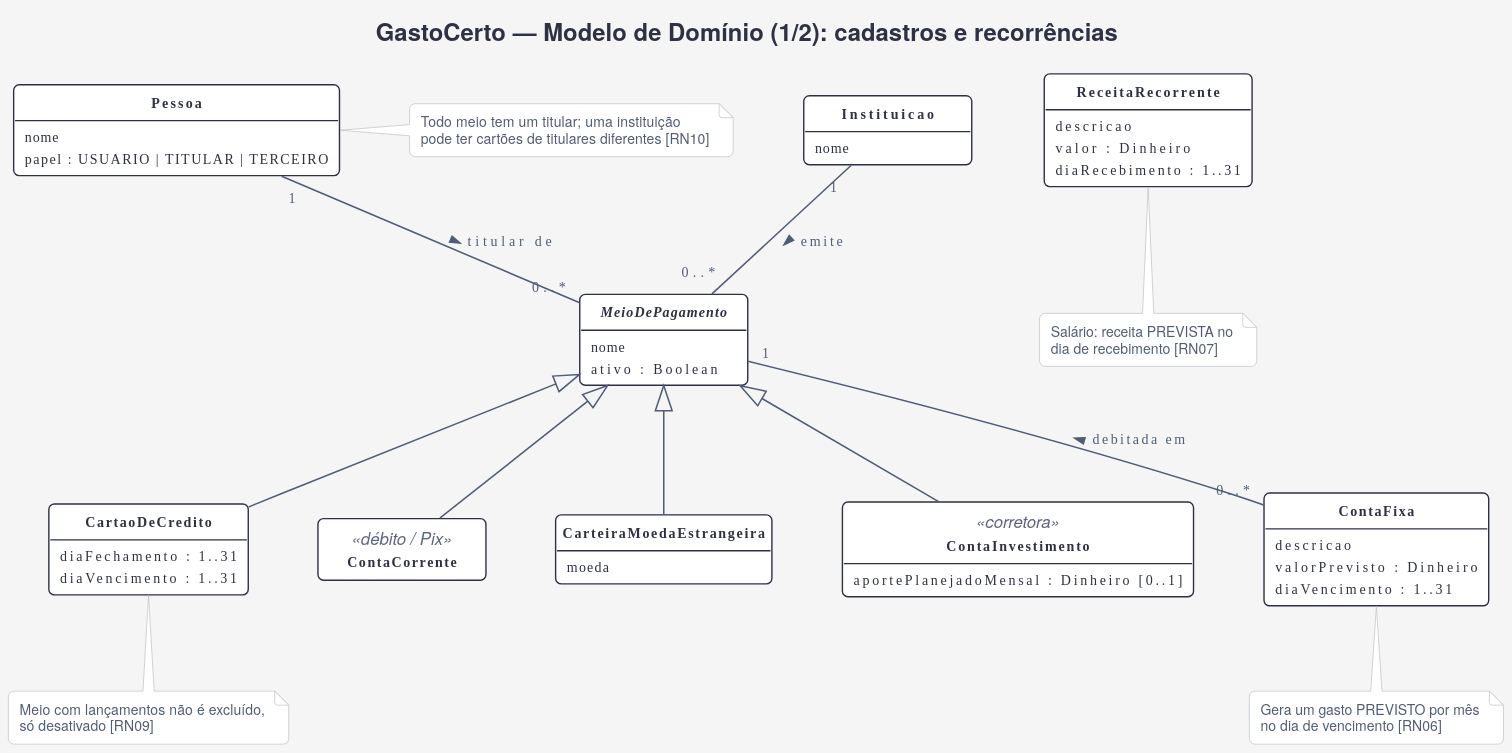
Earlier version of the PlantUML export docs/uml/modelo-dominio-1-cadastros.svg (gabrielfbarbosa/gasto-certo).
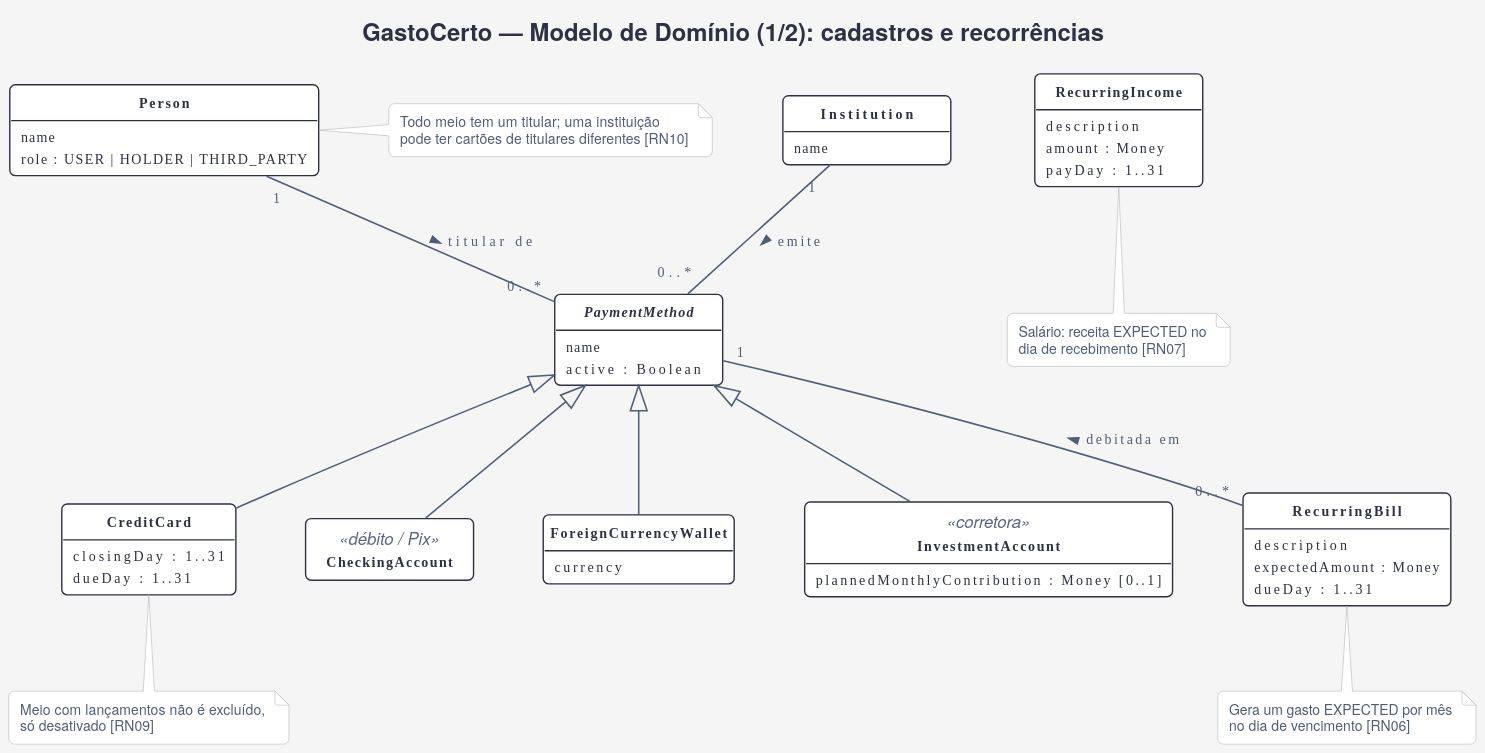
The same file after the commit.

The edit, as a diff of the source:
```diff
@@ -8,60 +8,60 @@
 hide <<ref>> stereotype
 hide <<foco>> stereotype
 
-class Pessoa {
-  nome
-  papel : USUARIO | TITULAR | TERCEIRO
+class Person {
+  name
+  role : USER | HOLDER | THIRD_PARTY
 }
-class Instituicao {
-  nome
+class Institution {
+  name
 }
-abstract class MeioDePagamento {
-  nome
-  ativo : Boolean
+abstract class PaymentMethod {
+  name
+  active : Boolean
 }
-class CartaoDeCredito {
-  diaFechamento : 1..31
-  diaVencimento : 1..31
+class CreditCard {
+  closingDay : 1..31
+  dueDay : 1..31
 }
-class ContaCorrente <<débito / Pix>>
-class CarteiraMoedaEstrangeira {
-  moeda
+class CheckingAccount <<débito / Pix>>
+class ForeignCurrencyWallet {
+  currency
 }
-class ContaInvestimento <<corretora>> {
-  aportePlanejadoMensal : Dinheiro [0..1]
+class InvestmentAccount <<corretora>> {
+  plannedMonthlyContribution : Money [0..1]
 }
-class ContaFixa {
-  descricao
-  valorPrevisto : Dinheiro
-  diaVencimento : 1..31
+class RecurringBill {
+  description
+  expectedAmount : Money
+  dueDay : 1..31
 }
-class ReceitaRecorrente {
-  descricao
-  valor : Dinheiro
-  diaRecebimento : 1..31
+class RecurringIncome {
+  description
+  amount : Money
+  payDay : 1..31
 }
 
-Instituicao "1" -- "0..*" MeioDePagamento : emite >
-Pessoa "1" -- "0..*" MeioDePagamento : titular de >
-MeioDePagamento <|-- CartaoDeCredito
-MeioDePagamento <|-- ContaCorrente
-MeioDePagamento <|-- CarteiraMoedaEstrangeira
-MeioDePagamento <|-- ContaInvestimento
-ContaFixa "0..*" -up- "1" MeioDePagamento : debitada em >
+Institution "1" -- "0..*" PaymentMethod : emite >
+Person "1" -- "0..*" PaymentMethod : titular de >
+PaymentMethod <|-- CreditCard
+PaymentMethod <|-- CheckingAccount
+PaymentMethod <|-- ForeignCurrencyWallet
+PaymentMethod <|-- InvestmentAccount
+RecurringBill "0..*" -up- "1" PaymentMethod : debitada em >
 
-note right of Pessoa
+note right of Person
   Todo meio tem um titular; uma instituição
   pode ter cartões de titulares diferentes [RN10]
 end note
-note bottom of ContaFixa
-  Gera um gasto PREVISTO por mês
+note bottom of RecurringBill
+  Gera um gasto EXPECTED por mês
   no dia de vencimento [RN06]
 end note
-note bottom of ReceitaRecorrente
-  Salário: receita PREVISTA no
+note bottom of RecurringIncome
+  Salário: receita EXPECTED no
   dia de recebimento [RN07]
 end note
-note bottom of CartaoDeCredito
+note bottom of CreditCard
   Meio com lançamentos não é excluído,
   só desativado [RN09]
 end note
```
